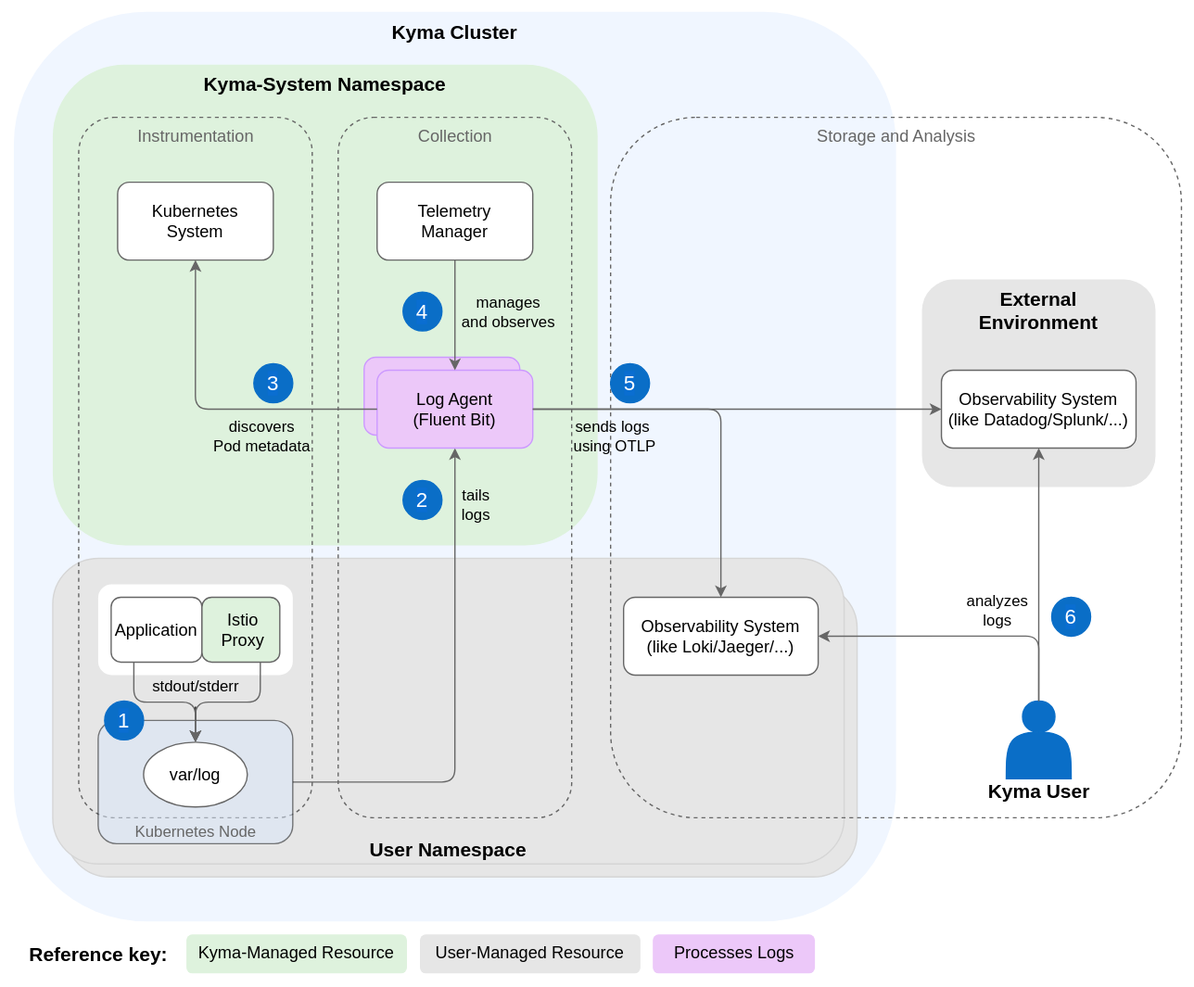
Before: docs/user/assets/logs-arch.drawio.svg, a diagram exported from draw.io (kyma-project/telemetry-manager). Source tidied: cells renumbered, new cells last; positions are measured from the earlier drawing's top-left corner, leaving out a move shared by most shapes.
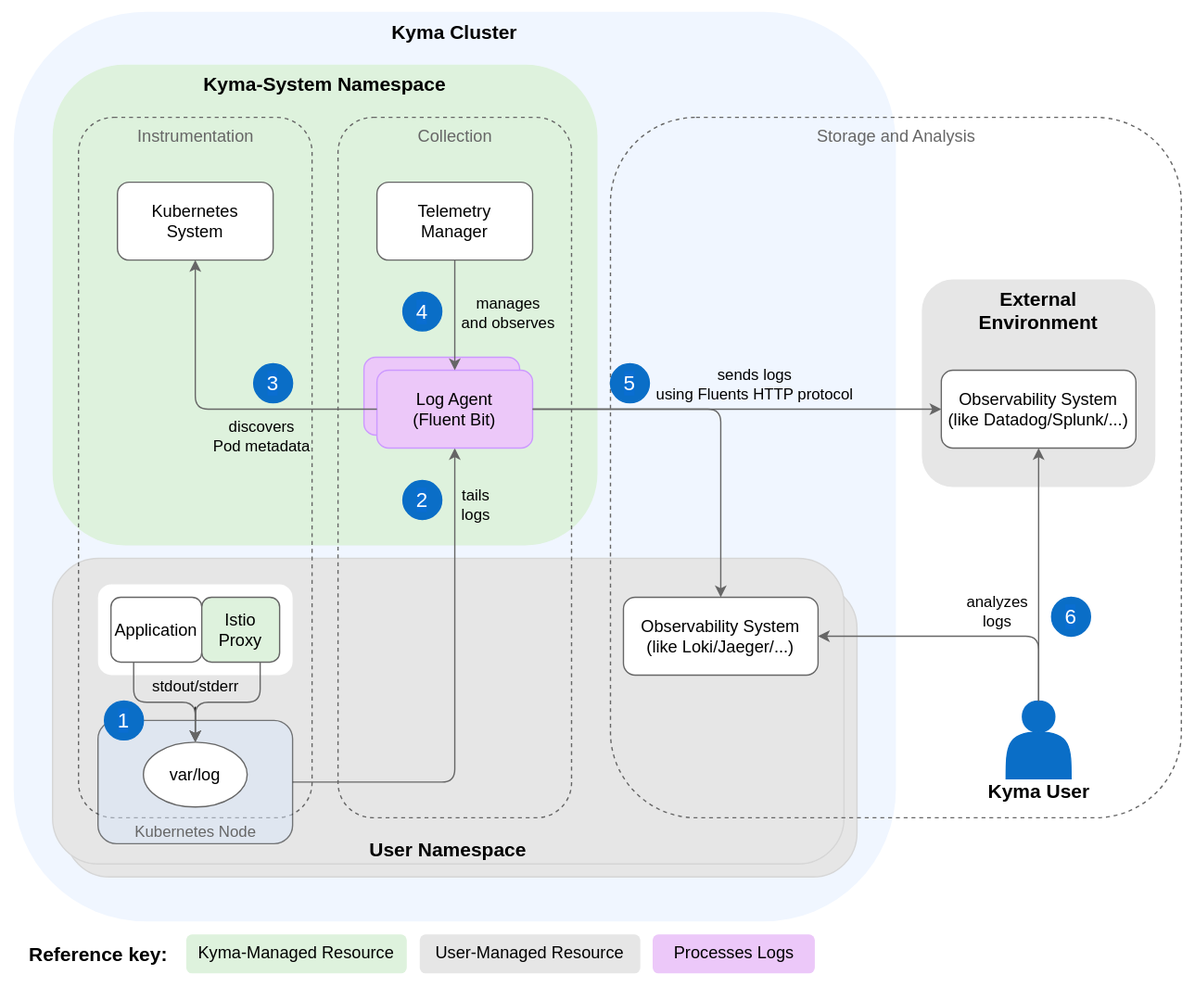
The same file after the commit.

Diff of the diagram source:
```diff
@@ -111,9 +111,9 @@
         </Array>
       </mxGeometry>
     </mxCell>
-    <mxCell id="34" value="sends logs&amp;nbsp;&lt;br style=&quot;font-size: 12px;&quot;&gt;using OTLP" style="edgeLabel;html=1;align=center;verticalAlign=middle;labelBackgroundColor=none;fontSize=12;" parent="33" vertex="1">
+    <mxCell id="34" value="sends logs&amp;nbsp;&lt;br style=&quot;font-size: 12px;&quot;&gt;using Fluents HTTP protocol" style="edgeLabel;html=1;align=center;verticalAlign=middle;labelBackgroundColor=none;fontSize=12;" parent="33" vertex="1">
       <mxGeometry x="-0.14" y="-2" relative="1" as="geometry">
-        <mxPoint x="-73" y="18" as="offset" />
+        <mxPoint x="34" y="-22" as="offset" />
       </mxGeometry>
     </mxCell>
     <mxCell id="35" style="edgeStyle=orthogonalEdgeStyle;rounded=1;jettySize=auto;html=1;entryX=0.5;entryY=0;entryDx=0;entryDy=0;strokeColor=#666666;exitX=1;exitY=0.5;exitDx=0;exitDy=0;" parent="1" edge="1" source="28" target="14">
```
